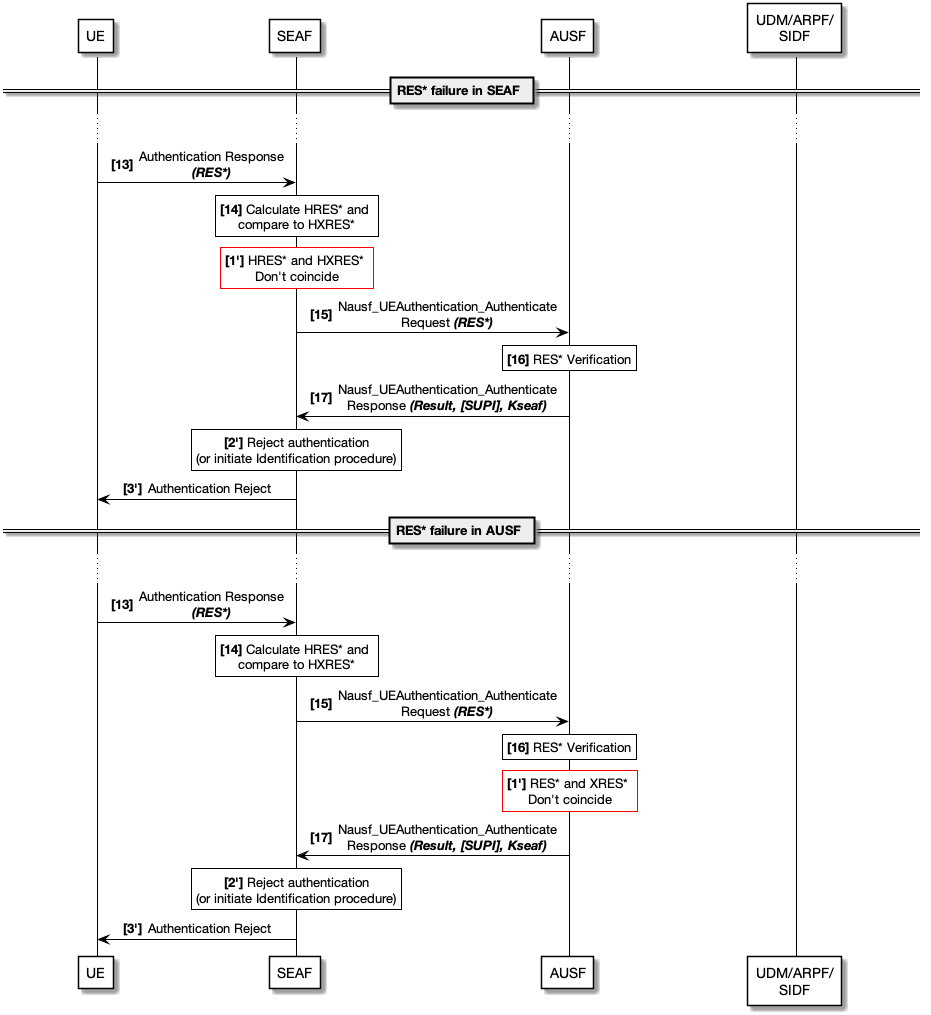
rbroesamle/5G-AKA-Protocol keeps this PlantUML diagram as Paper/uml/protocol_res*_verification_failure_v1.png. Above is the earlier version.
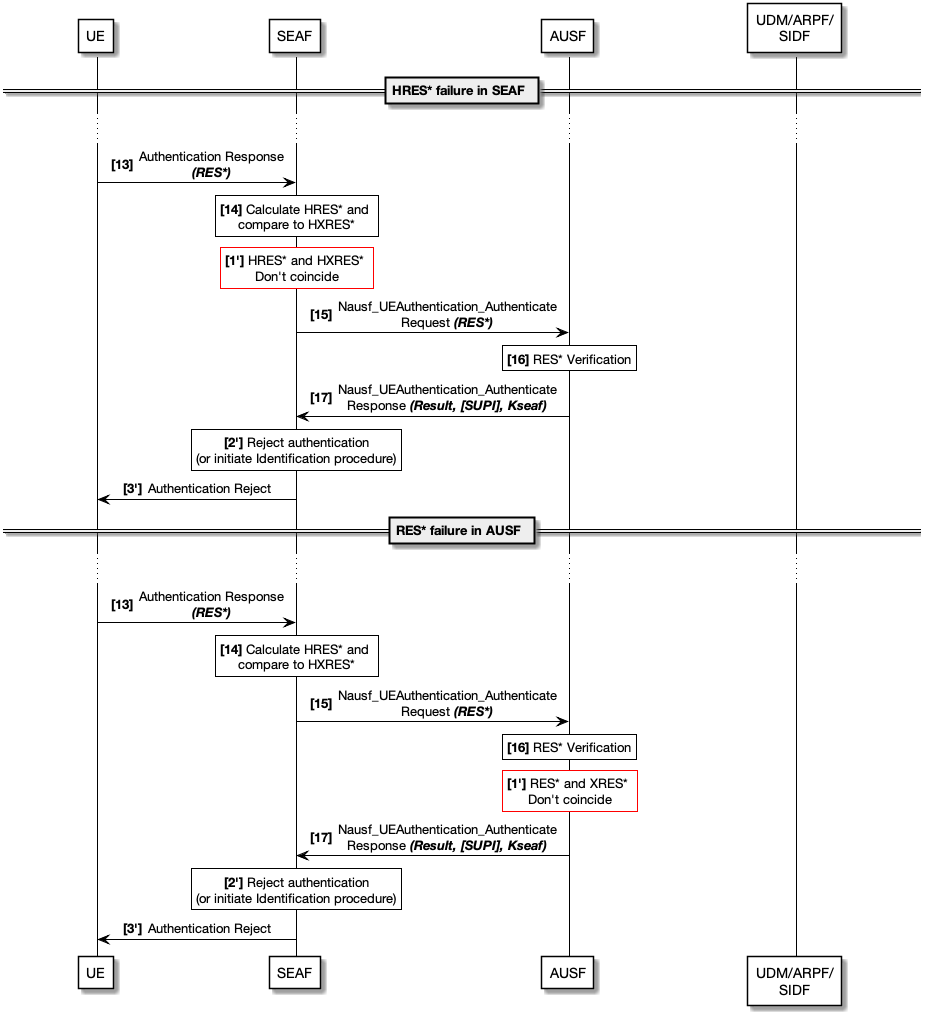
The same file after the commit.

Diff of the diagram source:
```diff
@@ -24,7 +24,7 @@
 participant "UDM/ARPF/\nSIDF" as UDM
 
 
-== RES* failure in SEAF ==
+== HRES* failure in SEAF ==
 
 ...
 
```
